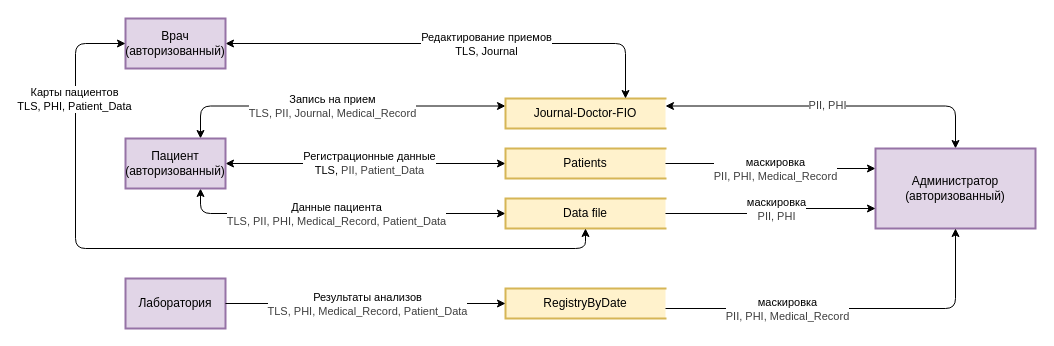
The draw.io diagram page "Medicine-flow" (3 of 3) of task1/diagrams/to-be-data-flow-diagram.drawio in turistigor/yap-arch-task10-pbd-migration, before the edit. Source tidied: cells renumbered, new cells numbered last; positions are measured from the earlier drawing's top-left corner, leaving out a move shared by most shapes. Both pictures are drawn from the tidied source at 100%, with x=0, y=0 at pixel (75, 18).
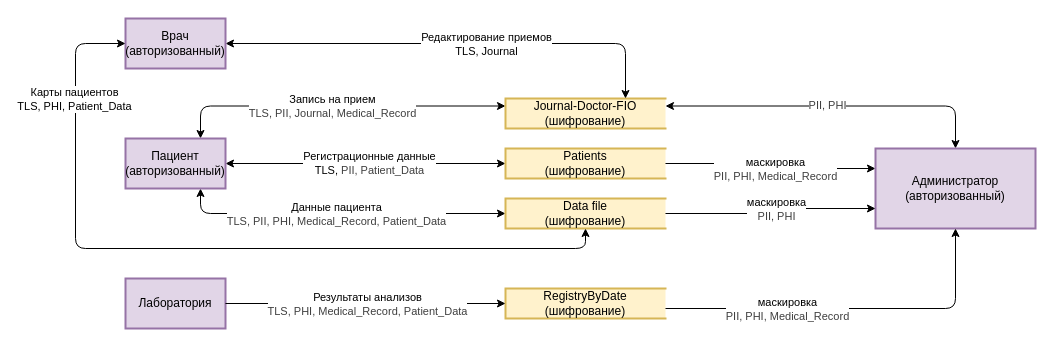
After the change.

The edit, as a diff of the source:
```diff
@@
-    <mxCell id="8" value="Journal-Doctor-FIO" style="html=1;dashed=0;whiteSpace=wrap;shape=partialRectangle;right=0;strokeWidth=2;fillColor=#fff2cc;strokeColor=#d6b656;" parent="1" vertex="1">
+    <mxCell id="8" value="Journal-Doctor-FIO (шифрование)" style="html=1;dashed=0;whiteSpace=wrap;shape=partialRectangle;right=0;strokeWidth=2;fillColor=#fff2cc;strokeColor=#d6b656;" parent="1" vertex="1">
       <mxGeometry x="430" y="80" width="160" height="30" as="geometry" />
     </mxCell>
-    <mxCell id="9" value="Patients" style="html=1;dashed=0;whiteSpace=wrap;shape=partialRectangle;right=0;strokeWidth=2;fillColor=#fff2cc;strokeColor=#d6b656;" parent="1" vertex="1">
+    <mxCell id="9" value="Patients&lt;div&gt;&lt;span style=&quot;color: rgb(0, 0, 0);&quot;&gt;(шифрование)&lt;/span&gt;&lt;/div&gt;" style="html=1;dashed=0;whiteSpace=wrap;shape=partialRectangle;right=0;strokeWidth=2;fillColor=#fff2cc;strokeColor=#d6b656;" parent="1" vertex="1">
       <mxGeometry x="430" y="130" width="160" height="30" as="geometry" />
     </mxCell>
-    <mxCell id="10" value="&lt;span style=&quot;color: rgb(0, 0, 0); text-align: left;&quot;&gt;Data file&lt;/span&gt;" style="html=1;dashed=0;whiteSpace=wrap;shape=partialRectangle;right=0;strokeWidth=2;fillColor=#fff2cc;strokeColor=#d6b656;" parent="1" vertex="1">
+    <mxCell id="10" value="&lt;span style=&quot;color: rgb(0, 0, 0); text-align: left;&quot;&gt;Data file&lt;/span&gt;&lt;div&gt;&lt;span style=&quot;color: rgb(0, 0, 0); text-align: left;&quot;&gt;&lt;span style=&quot;color: rgb(0, 0, 0); text-align: center;&quot;&gt;(шифрование)&lt;/span&gt;&lt;/span&gt;&lt;/div&gt;" style="html=1;dashed=0;whiteSpace=wrap;shape=partialRectangle;right=0;strokeWidth=2;fillColor=#fff2cc;strokeColor=#d6b656;" parent="1" vertex="1">
       <mxGeometry x="430" y="180" width="160" height="30" as="geometry" />
     </mxCell>
@@
-    <mxCell id="12" value="&lt;span style=&quot;color: rgb(0, 0, 0); text-align: left;&quot;&gt;RegistryByDate&lt;/span&gt;" style="html=1;dashed=0;whiteSpace=wrap;shape=partialRectangle;right=0;strokeWidth=2;fillColor=#fff2cc;strokeColor=#d6b656;" parent="1" vertex="1">
+    <mxCell id="12" value="&lt;span style=&quot;color: rgb(0, 0, 0); text-align: left;&quot;&gt;RegistryByDate&lt;/span&gt;&lt;div&gt;&lt;span style=&quot;color: rgb(0, 0, 0); text-align: left;&quot;&gt;&lt;span style=&quot;color: rgb(0, 0, 0); text-align: center;&quot;&gt;(шифрование)&lt;/span&gt;&lt;/span&gt;&lt;/div&gt;" style="html=1;dashed=0;whiteSpace=wrap;shape=partialRectangle;right=0;strokeWidth=2;fillColor=#fff2cc;strokeColor=#d6b656;" parent="1" vertex="1">
       <mxGeometry x="430" y="270" width="160" height="30" as="geometry" />
     </mxCell>
```
